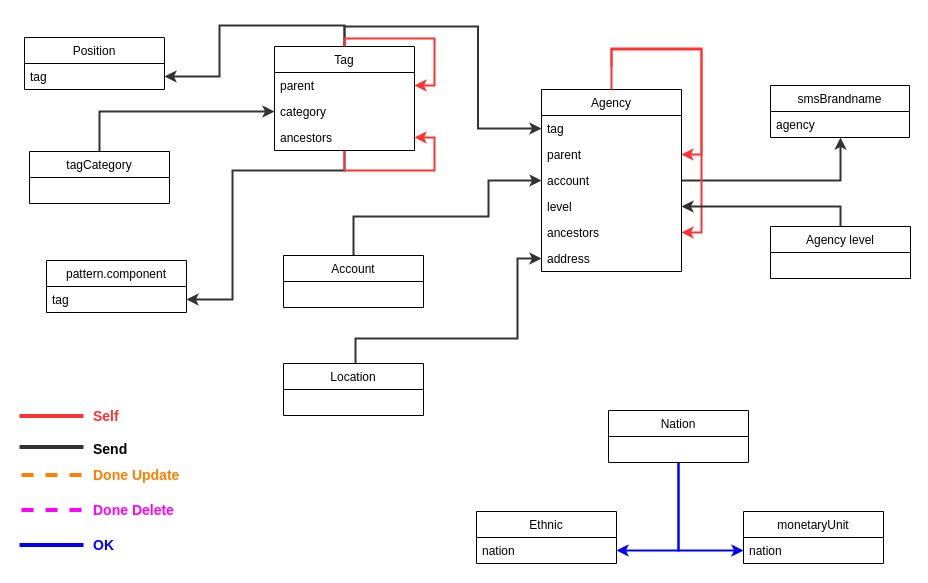
Above: Biểu đồ không có tiêu đề.drawio in mitgaming/Blk-Design-System (draw.io), before the change. Source tidied: cells renumbered, new cells numbered last; positions are measured from the earlier drawing's top-left corner, leaving out a move shared by most shapes. Both pictures are drawn from the tidied source at 100%, with x=0, y=0 at pixel (19, 25).
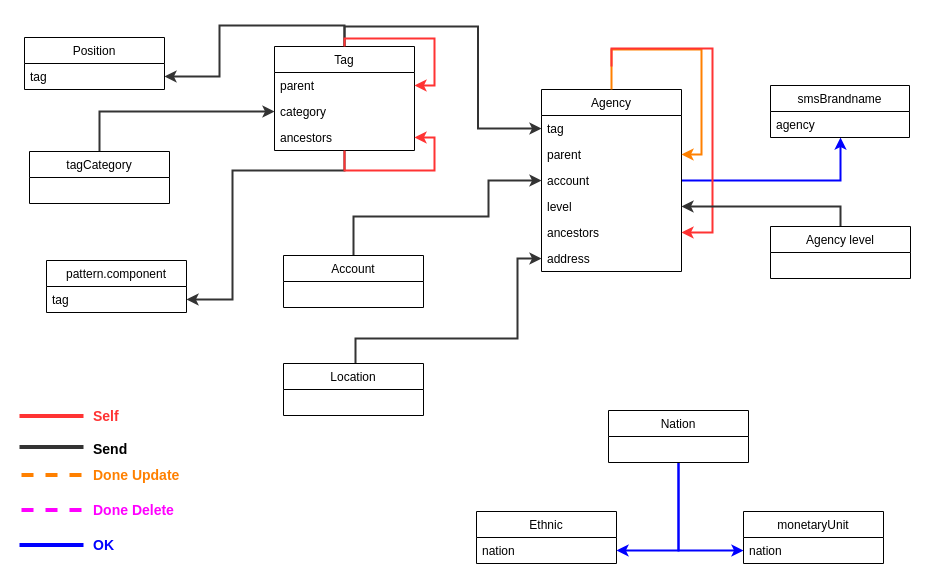
After the change.

Commit message:
Cập nhật Biểu đồ không có tiêu đề.drawio

Unchanged cells that the change refers to:
```xml
<mxCell id="3" value="Agency" style="swimlane;fontStyle=0;horizontal=1;startSize=26;fillColor=none;" parent="1" vertex="1">
  <mxGeometry x="522" y="64" width="140" height="182" as="geometry" />
</mxCell>
<mxCell id="5" value="parent&#10;" style="text;strokeColor=none;fillColor=none;align=left;verticalAlign=top;spacingLeft=4;spacingRight=4;overflow=hidden;points=[[0,0.5],[1,0.5]];portConstraint=eastwest;" parent="3" vertex="1">
  <mxGeometry y="52" width="140" height="26" as="geometry" />
</mxCell>
<mxCell id="9" value="ancestors" style="text;strokeColor=none;fillColor=none;align=left;verticalAlign=top;spacingLeft=4;spacingRight=4;overflow=hidden;points=[[0,0.5],[1,0.5]];portConstraint=eastwest;" parent="3" vertex="1">
  <mxGeometry y="130" width="140" height="26" as="geometry" />
</mxCell>
<mxCell id="41" value="agency" style="text;strokeColor=none;fillColor=none;align=left;verticalAlign=top;spacingLeft=4;spacingRight=4;overflow=hidden;points=[[0,0.5],[1,0.5]];portConstraint=eastwest;" parent="40" vertex="1">
  <mxGeometry y="26" width="139" height="26" as="geometry" />
</mxCell>
```

Change to the diagram source:
```diff
@@
-    <mxCell id="2" style="edgeStyle=orthogonalEdgeStyle;rounded=0;jettySize=auto;html=1;strokeColor=#333333;strokeWidth=2;" parent="1" edge="1" source="3" target="41">
+    <mxCell id="2" style="edgeStyle=orthogonalEdgeStyle;rounded=0;jettySize=auto;html=1;strokeWidth=2;strokeColor=#0000FF;" parent="1" edge="1" source="3" target="41">
       <mxGeometry relative="1" as="geometry">
         <Array as="points">
           <mxPoint x="821" y="155" />
           <mxPoint x="821" y="147" />
         </Array>
       </mxGeometry>
     </mxCell>
@@
-    <mxCell id="8" style="edgeStyle=orthogonalEdgeStyle;rounded=0;jettySize=auto;html=1;strokeWidth=2;strokeColor=#FF3333;" parent="3" edge="1" source="3" target="5">
+    <mxCell id="8" style="edgeStyle=orthogonalEdgeStyle;rounded=0;jettySize=auto;html=1;strokeWidth=2;strokeColor=#FF8000;" parent="3" edge="1" source="3" target="5">
       <mxGeometry relative="1" as="geometry">
         <Array as="points">
           <mxPoint x="70" y="-40" />
           <mxPoint x="160" y="-40" />
           <mxPoint x="160" y="65" />
         </Array>
       </mxGeometry>
     </mxCell>
@@
     <mxCell id="10" style="edgeStyle=orthogonalEdgeStyle;rounded=0;jettySize=auto;html=1;strokeWidth=2;strokeColor=#FF3333;" parent="3" edge="1" target="9">
       <mxGeometry relative="1" as="geometry">
         <mxPoint x="70" y="-23" as="sourcePoint" />
         <Array as="points">
           <mxPoint x="70" y="-41" />
-          <mxPoint x="160" y="-41" />
-          <mxPoint x="160" y="143" />
+          <mxPoint x="171" y="-41" />
+          <mxPoint x="171" y="143" />
         </Array>
       </mxGeometry>
     </mxCell>
```
